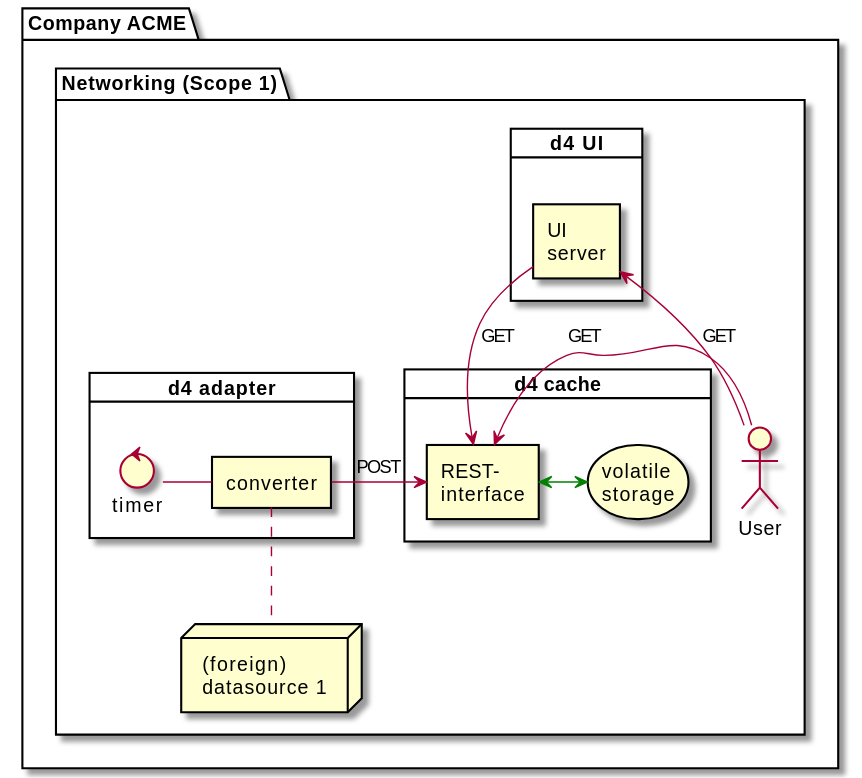
The PlantUML diagram docs/deployment/plantuml/pictures/compay_acme_min05.svg in smart-energy-di/d4, before a commit.
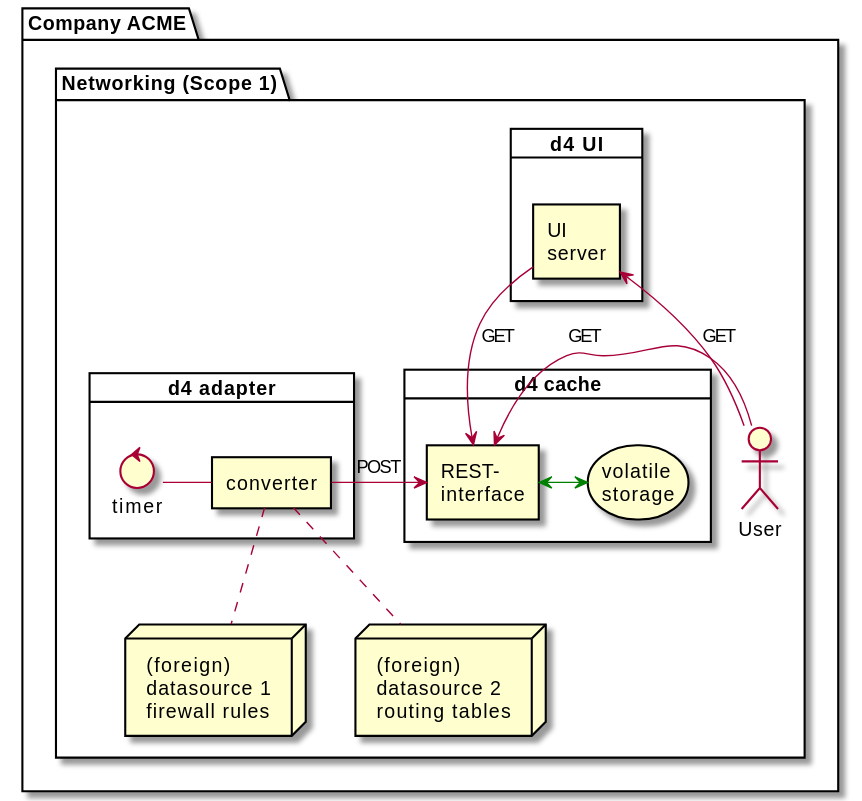
After the commit.

Change to the diagram source:
```diff
@@ -2,7 +2,7 @@
 !include include/d4_inc_scope.puml
 
 package ca as "Company ACME" {
-    $d4scope(ca, scp1, "Networking (Scope 1)", $show_ds1=true, $show_ds2=false, $show_ds3=false, $show_rproxy=false, $show_cache=true, $show_ui=true, $show_adpt=true)
+    $d4scope(ca, scp1, "Networking (Scope 1)", $show_ds1=true, $show_ds2=true, $show_rproxy=false, $show_cache=true, $show_ui=true, $show_adpt=true)
 }
 
 
```
